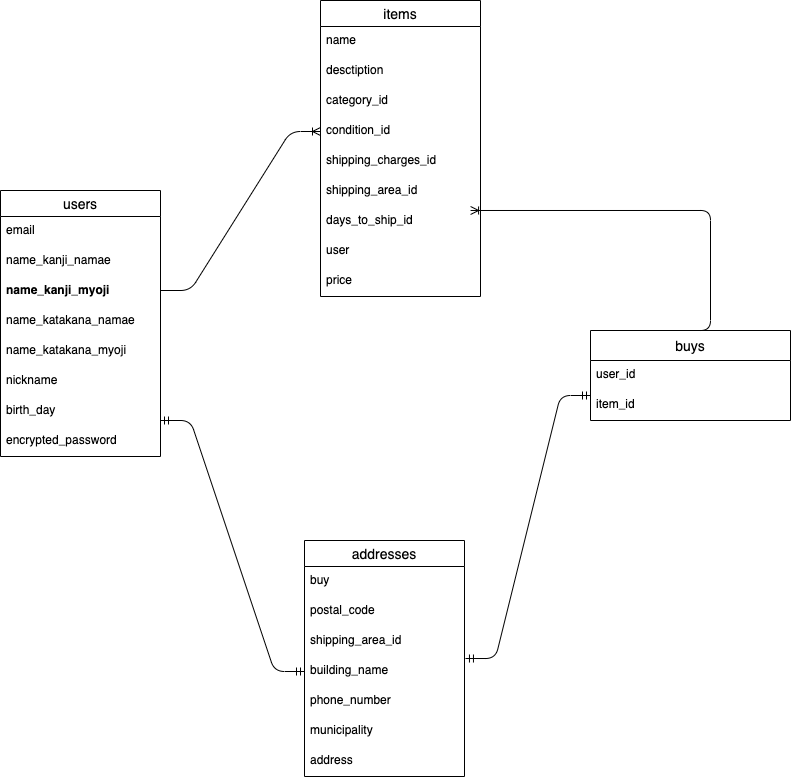
Above: .drawio.png in Taka-ho/furima-34803 (draw.io), before the change. Source tidied: cells renumbered, new cells last; positions are measured from the earlier drawing's top-left corner, leaving out a move shared by most shapes.
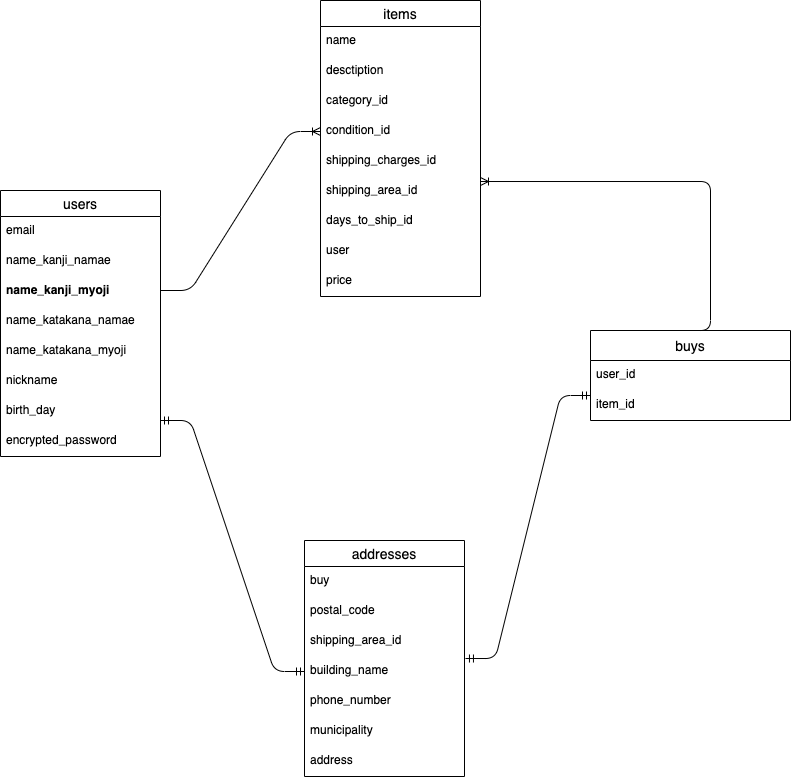
The same diagram one commit later.

The edit, as a diff of the source:
```diff
@@ -102,7 +102,7 @@
         <mxPoint x="160" y="420" as="sourcePoint" />
       </mxGeometry>
     </mxCell>
-    <mxCell id="34" style="edgeStyle=entityRelationEdgeStyle;fontSize=12;html=1;endArrow=ERoneToMany;entryX=0.938;entryY=0.133;entryDx=0;entryDy=0;entryPerimeter=0;" parent="1" edge="1" target="18">
+    <mxCell id="34" style="edgeStyle=entityRelationEdgeStyle;fontSize=12;html=1;endArrow=ERoneToMany;entryX=1;entryY=0.167;entryDx=0;entryDy=0;entryPerimeter=0;" parent="1" edge="1" target="17">
       <mxGeometry relative="1" as="geometry">
         <mxPoint x="680" y="330" as="sourcePoint" />
       </mxGeometry>
```
